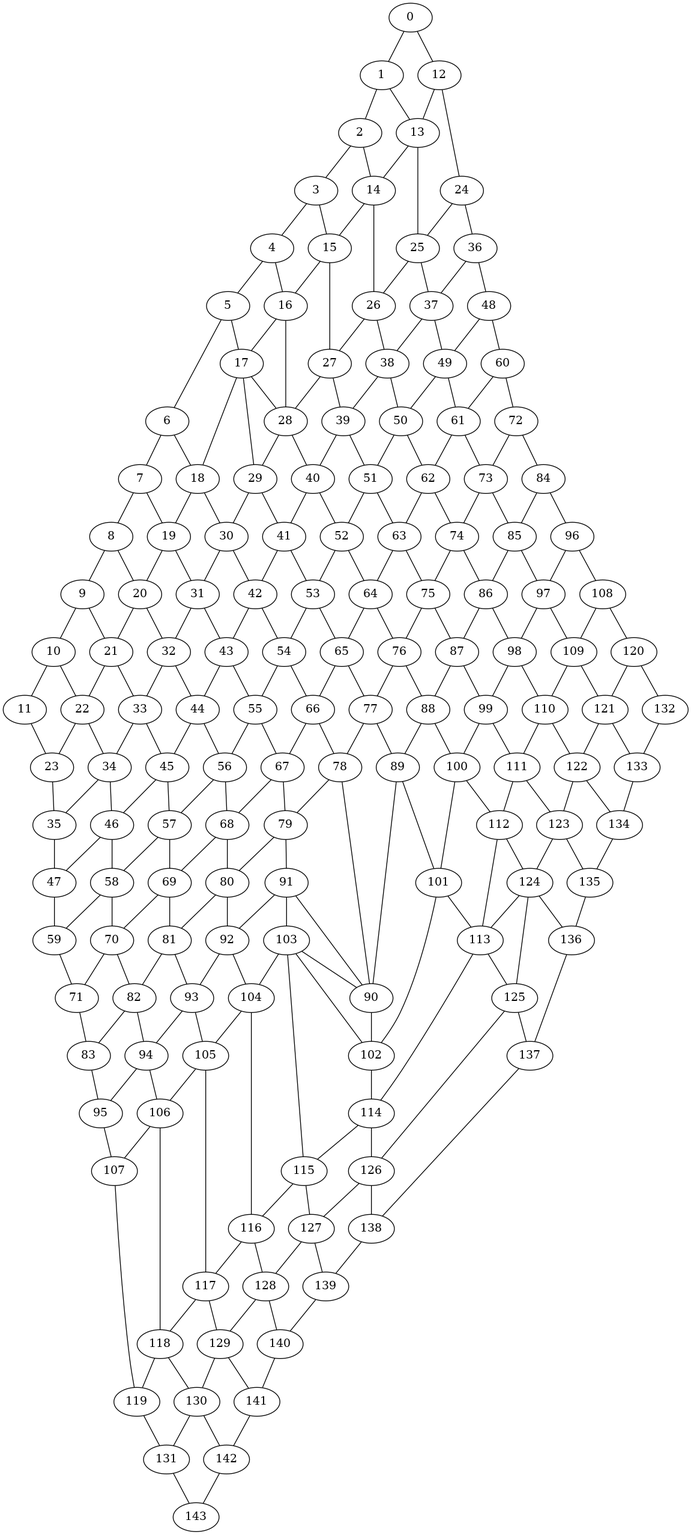
Earlier version of the Graphviz export fig/graph.png (lorenzorizzi17/urban_network). Its source is kept beside it as fig/graph.dot.
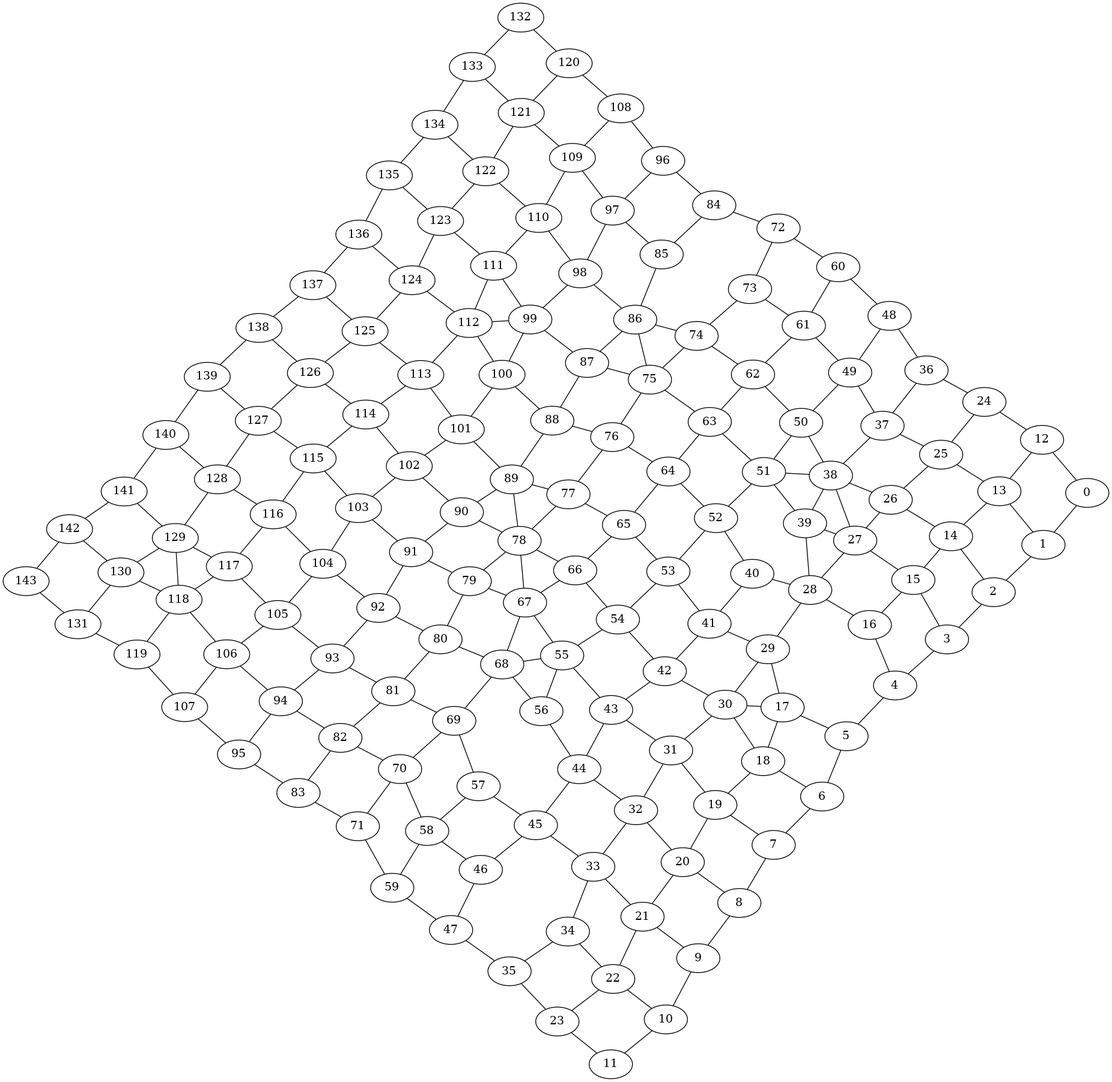
The same file after the commit.

What changed in the source:
```diff
@@ -175,7 +175,6 @@
 15--27 ;
 15--16 ;
 16--28 ;
-16--17 ;
 17--29 ;
 17--18 ;
 18--30 ;
@@ -209,7 +208,6 @@
 32--33 ;
 33--45 ;
 33--34 ;
-34--46 ;
 34--35 ;
 35--47 ;
 36--37 ;
@@ -219,7 +217,6 @@
 38--50 ;
 38--39 ;
 39--51 ;
-39--40 ;
 40--52 ;
 40--41 ;
 41--53 ;
@@ -252,7 +249,6 @@
 55--67 ;
 55--56 ;
 56--68 ;
-56--57 ;
 57--69 ;
 57--58 ;
 58--70 ;
@@ -283,7 +279,6 @@
 71--83 ;
 72--73 ;
 72--84 ;
-73--85 ;
 73--74 ;
 74--86 ;
 74--75 ;
@@ -407,7 +402,14 @@
 140--141 ;
 141--142 ;
 142--143 ;
-103--90 ;
-17--28 ;
-124--113 ;
+129--118 ;
+27--38 ;
+38--51 ;
+55--68 ;
+30--17 ;
+78--89 ;
+112--99 ;
+75--86 ;
+39--28 ;
+78--67 ;
 }
```
